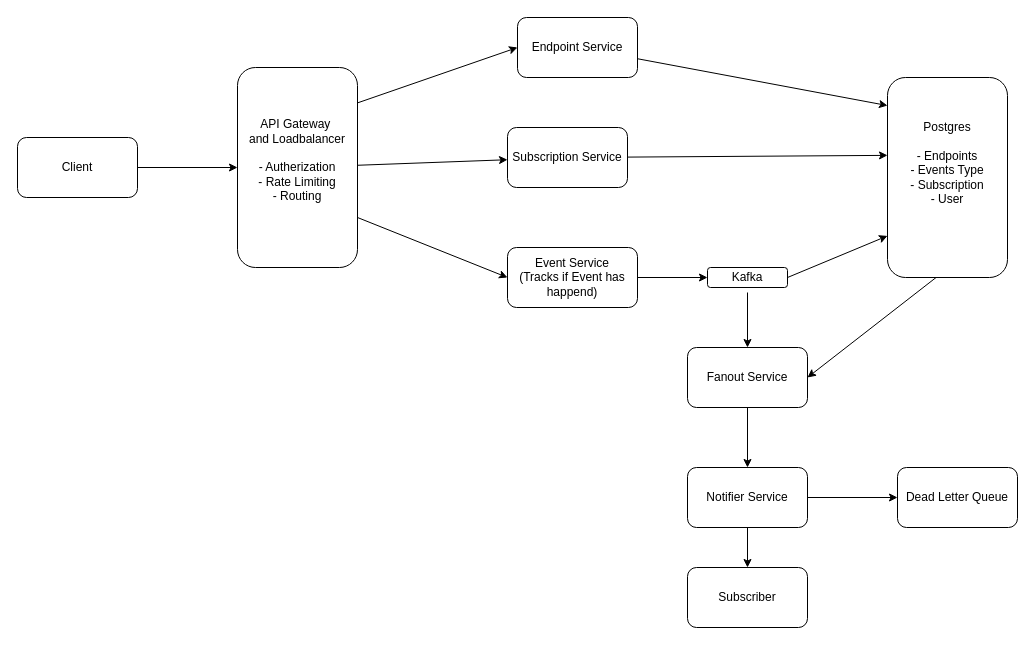
rajat844/HLD keeps this draw.io diagram as Webhook Delivery Platform/architecture.drawio. Above is the earlier version. Source tidied: cells renumbered, new cells numbered last; positions are measured from the earlier drawing's top-left corner, leaving out a move shared by most shapes. Both pictures are drawn from the tidied source at 100%, with x=0, y=0 at pixel (17, 17).
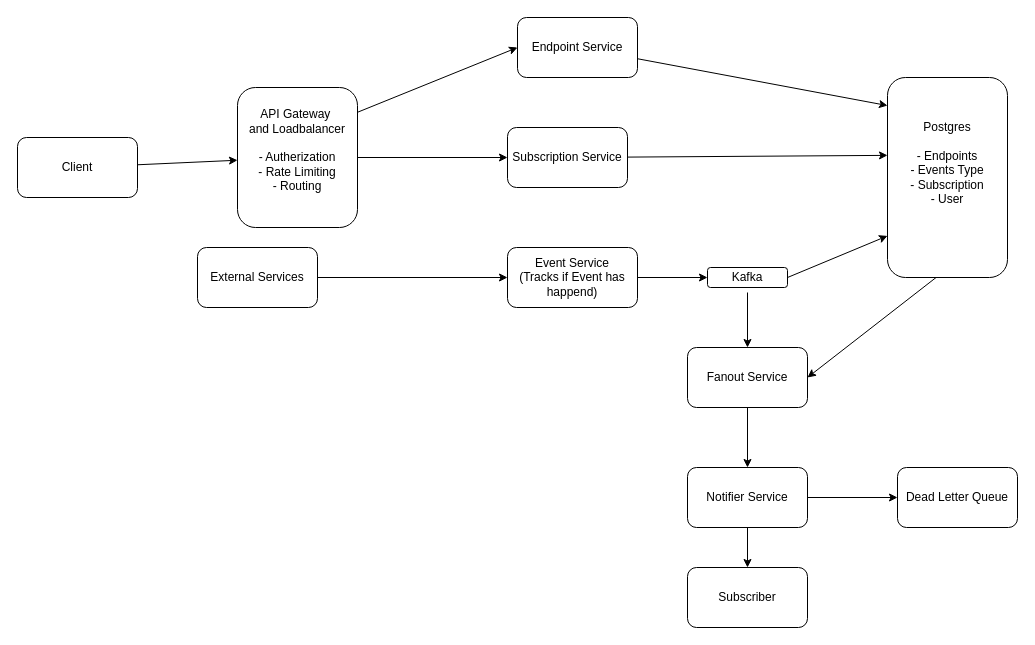
The same page after the edit.

The change refers to these unchanged cells:
```xml
<mxCell id="18" value="Event Service&lt;div&gt;(Tracks if Event has happend)&lt;/div&gt;" style="rounded=1;whiteSpace=wrap;html=1;roundedPerimeter=1;" parent="1" vertex="1">
  <mxGeometry x="490" y="230" width="130" height="60" as="geometry" />
</mxCell>
```

Diff of the diagram source:
```diff
@@
-    <mxCell id="7" style="edgeStyle=none;html=1;exitX=1;exitY=0.75;exitDx=0;exitDy=0;entryX=0;entryY=0.5;entryDx=0;entryDy=0;" parent="1" edge="1" source="8" target="18">
-      <mxGeometry relative="1" as="geometry" />
+    <mxCell id="7" style="edgeStyle=none;html=1;entryX=0;entryY=0.5;entryDx=0;entryDy=0;" parent="1" edge="1" target="18">
+      <mxGeometry relative="1" as="geometry">
+        <mxPoint x="300" y="260" as="sourcePoint" />
+      </mxGeometry>
     </mxCell>
     <mxCell id="8" value="API Gateway&amp;nbsp;&lt;div&gt;and Loadbalancer&lt;/div&gt;&lt;div&gt;&lt;br&gt;&lt;/div&gt;&lt;div&gt;- Autherization&lt;/div&gt;&lt;div&gt;- Rate Limiting&lt;/div&gt;&lt;div&gt;- Routing&lt;/div&gt;&lt;div&gt;&lt;br&gt;&lt;/div&gt;" style="rounded=1;whiteSpace=wrap;html=1;roundedPerimeter=1;" parent="1" vertex="1">
-      <mxGeometry x="220" y="50" width="120" height="200" as="geometry" />
+      <mxGeometry x="220" y="70" width="120" height="140" as="geometry" />
     </mxCell>
@@
+    <mxCell id="27" value="External Services" style="rounded=1;whiteSpace=wrap;html=1;roundedPerimeter=1;" parent="1" vertex="1">
+      <mxGeometry x="180" y="230" width="120" height="60" as="geometry" />
+    </mxCell>
```
